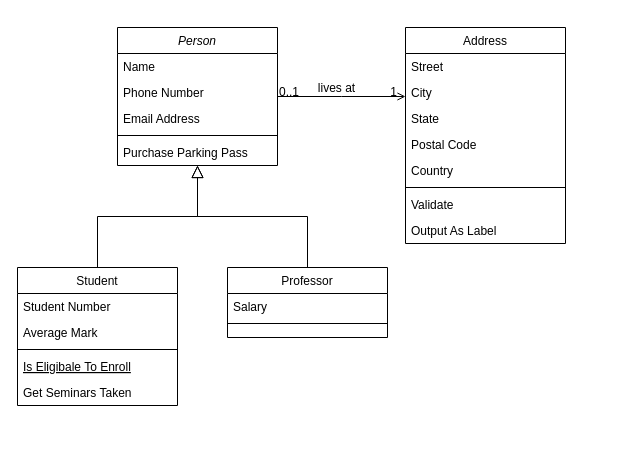
Before: Untitled Diagram.drawio in Acelhaka/Clueless-game, a draw.io diagram. Source tidied: cells renumbered, new cells numbered last; positions are measured from the earlier drawing's top-left corner, leaving out a move shared by most shapes. Both pictures are drawn from the tidied source at 100%, with x=0, y=0 at pixel (17, 27).
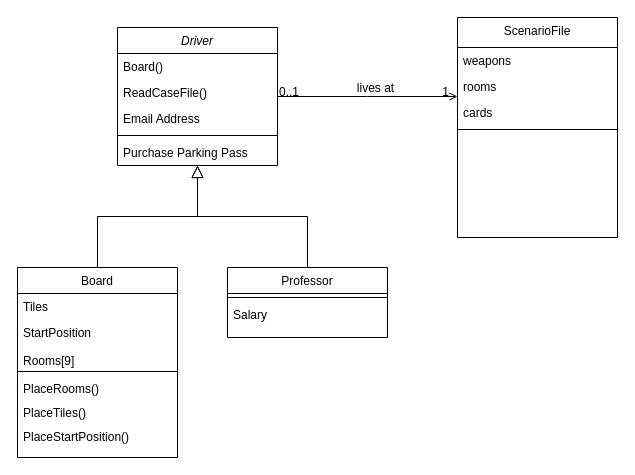
The same diagram, later.

The change refers to these unchanged cells:
```xml
<mxCell id="15" value="Professor" style="swimlane;fontStyle=0;align=center;verticalAlign=top;horizontal=1;startSize=26;rounded=0;shadow=0;strokeWidth=1;" parent="1" vertex="1">
  <mxGeometry x="210" y="240" width="160" height="70" as="geometry" />
</mxCell>
```

What changed in the source:
```diff
@@
-    <mxCell id="2" value="Person" style="swimlane;fontStyle=2;align=center;verticalAlign=top;horizontal=1;startSize=26;rounded=0;shadow=0;strokeWidth=1;" parent="1" vertex="1">
+    <mxCell id="2" value="Driver" style="swimlane;fontStyle=2;align=center;verticalAlign=top;horizontal=1;startSize=26;rounded=0;shadow=0;strokeWidth=1;" parent="1" vertex="1">
       <mxGeometry x="100" width="160" height="138" as="geometry" />
     </mxCell>
-    <mxCell id="3" value="Name" style="text;align=left;verticalAlign=top;spacingLeft=4;spacingRight=4;overflow=hidden;" parent="2" vertex="1">
+    <mxCell id="3" value="Board()" style="text;align=left;verticalAlign=top;spacingLeft=4;spacingRight=4;overflow=hidden;" parent="2" vertex="1">
       <mxGeometry y="26" width="160" height="26" as="geometry" />
     </mxCell>
-    <mxCell id="4" value="Phone Number" style="text;align=left;verticalAlign=top;spacingLeft=4;spacingRight=4;overflow=hidden;rounded=0;shadow=0;html=0;" parent="2" vertex="1">
+    <mxCell id="4" value="ReadCaseFile()" style="text;align=left;verticalAlign=top;spacingLeft=4;spacingRight=4;overflow=hidden;rounded=0;shadow=0;html=0;" parent="2" vertex="1">
       <mxGeometry y="52" width="160" height="26" as="geometry" />
     </mxCell>
@@
-    <mxCell id="8" value="Student" style="swimlane;fontStyle=0;align=center;verticalAlign=top;horizontal=1;startSize=26;rounded=0;shadow=0;strokeWidth=1;" parent="1" vertex="1">
-      <mxGeometry y="240" width="160" height="138" as="geometry" />
+    <mxCell id="8" value="Board" style="swimlane;fontStyle=0;align=center;verticalAlign=top;horizontal=1;startSize=26;rounded=0;shadow=0;strokeWidth=1;swimlaneFillColor=none;" parent="1" vertex="1">
+      <mxGeometry y="240" width="160" height="190" as="geometry" />
     </mxCell>
-    <mxCell id="9" value="Student Number" style="text;align=left;verticalAlign=top;spacingLeft=4;spacingRight=4;overflow=hidden;" parent="8" vertex="1">
+    <mxCell id="9" value="Tiles" style="text;align=left;verticalAlign=top;spacingLeft=4;spacingRight=4;overflow=hidden;" parent="8" vertex="1">
       <mxGeometry y="26" width="160" height="26" as="geometry" />
     </mxCell>
-    <mxCell id="10" value="Average Mark" style="text;align=left;verticalAlign=top;spacingLeft=4;spacingRight=4;overflow=hidden;rounded=0;shadow=0;html=0;" parent="8" vertex="1">
-      <mxGeometry y="52" width="160" height="26" as="geometry" />
-    </mxCell>
+    <mxCell id="32" value="StartPosition&#10;" style="text;align=left;verticalAlign=top;spacingLeft=4;spacingRight=4;overflow=hidden;rounded=0;shadow=0;html=0;" parent="8" vertex="1">
+      <mxGeometry y="52" width="160" height="28" as="geometry" />
+    </mxCell>
+    <mxCell id="33" value="Rooms[9]" style="text;align=left;verticalAlign=top;spacingLeft=4;spacingRight=4;overflow=hidden;rounded=0;shadow=0;html=0;" parent="8" vertex="1">
+      <mxGeometry y="80" width="160" height="20" as="geometry" />
+    </mxCell>
     <mxCell id="11" style="line;html=1;strokeWidth=1;align=left;verticalAlign=middle;spacingTop=-1;spacingLeft=3;spacingRight=3;labelPosition=right;" parent="8" vertex="1">
-      <mxGeometry y="78" width="160" height="8" as="geometry" />
+      <mxGeometry y="100" width="160" height="8" as="geometry" />
     </mxCell>
-    <mxCell id="12" value="Is Eligibale To Enroll" style="text;align=left;verticalAlign=top;spacingLeft=4;spacingRight=4;overflow=hidden;fontStyle=4;" parent="8" vertex="1">
-      <mxGeometry y="86" width="160" height="26" as="geometry" />
-    </mxCell>
-    <mxCell id="13" value="Get Seminars Taken" style="text;align=left;verticalAlign=top;spacingLeft=4;spacingRight=4;overflow=hidden;" parent="8" vertex="1">
-      <mxGeometry y="112" width="160" height="26" as="geometry" />
+    <mxCell id="13" value="PlaceRooms()&#10;" style="text;align=left;verticalAlign=top;spacingLeft=4;spacingRight=4;overflow=hidden;" parent="8" vertex="1">
+      <mxGeometry y="108" width="160" height="24" as="geometry" />
     </mxCell>
+    <mxCell id="34" value="PlaceTiles()" style="text;align=left;verticalAlign=top;spacingLeft=4;spacingRight=4;overflow=hidden;" parent="8" vertex="1">
+      <mxGeometry y="132" width="160" height="24" as="geometry" />
+    </mxCell>
+    <mxCell id="35" value="PlaceStartPosition()" style="text;align=left;verticalAlign=top;spacingLeft=4;spacingRight=4;overflow=hidden;" parent="8" vertex="1">
+      <mxGeometry y="156" width="160" height="24" as="geometry" />
+    </mxCell>
@@
+    <mxCell id="17" style="line;html=1;strokeWidth=1;align=left;verticalAlign=middle;spacingTop=-1;spacingLeft=3;spacingRight=3;labelPosition=right;" parent="15" vertex="1">
+      <mxGeometry y="26" width="160" height="8" as="geometry" />
+    </mxCell>
     <mxCell id="16" value="Salary" style="text;align=left;verticalAlign=top;spacingLeft=4;spacingRight=4;overflow=hidden;" parent="15" vertex="1">
-      <mxGeometry y="26" width="160" height="26" as="geometry" />
+      <mxGeometry y="34" width="160" height="26" as="geometry" />
     </mxCell>
-    <mxCell id="17" style="line;html=1;strokeWidth=1;align=left;verticalAlign=middle;spacingTop=-1;spacingLeft=3;spacingRight=3;labelPosition=right;" parent="15" vertex="1">
-      <mxGeometry y="52" width="160" height="8" as="geometry" />
-    </mxCell>
@@
-    <mxCell id="19" value="Address" style="swimlane;fontStyle=0;align=center;verticalAlign=top;horizontal=1;startSize=26;rounded=0;shadow=0;strokeWidth=1;" parent="1" vertex="1">
-      <mxGeometry x="388" width="160" height="216" as="geometry" />
+    <mxCell id="19" value="ScenarioFile" style="swimlane;fontStyle=0;align=center;verticalAlign=top;horizontal=1;startSize=30;rounded=0;shadow=0;strokeWidth=1;" parent="1" vertex="1">
+      <mxGeometry x="440" y="-10" width="160" height="220" as="geometry" />
     </mxCell>
-    <mxCell id="20" value="Street" style="text;align=left;verticalAlign=top;spacingLeft=4;spacingRight=4;overflow=hidden;" parent="19" vertex="1">
-      <mxGeometry y="26" width="160" height="26" as="geometry" />
-    </mxCell>
-    <mxCell id="21" value="City" style="text;align=left;verticalAlign=top;spacingLeft=4;spacingRight=4;overflow=hidden;rounded=0;shadow=0;html=0;" parent="19" vertex="1">
-      <mxGeometry y="52" width="160" height="26" as="geometry" />
+    <mxCell id="21" value="weapons" style="text;align=left;verticalAlign=top;spacingLeft=4;spacingRight=4;overflow=hidden;rounded=0;shadow=0;html=0;" parent="19" vertex="1">
+      <mxGeometry y="30" width="160" height="26" as="geometry" />
     </mxCell>
-    <mxCell id="22" value="State" style="text;align=left;verticalAlign=top;spacingLeft=4;spacingRight=4;overflow=hidden;rounded=0;shadow=0;html=0;" parent="19" vertex="1">
-      <mxGeometry y="78" width="160" height="26" as="geometry" />
+    <mxCell id="22" value="rooms" style="text;align=left;verticalAlign=top;spacingLeft=4;spacingRight=4;overflow=hidden;rounded=0;shadow=0;html=0;" parent="19" vertex="1">
+      <mxGeometry y="56" width="160" height="26" as="geometry" />
     </mxCell>
-    <mxCell id="23" value="Postal Code" style="text;align=left;verticalAlign=top;spacingLeft=4;spacingRight=4;overflow=hidden;rounded=0;shadow=0;html=0;" parent="19" vertex="1">
-      <mxGeometry y="104" width="160" height="26" as="geometry" />
-    </mxCell>
-    <mxCell id="24" value="Country" style="text;align=left;verticalAlign=top;spacingLeft=4;spacingRight=4;overflow=hidden;rounded=0;shadow=0;html=0;" parent="19" vertex="1">
-      <mxGeometry y="130" width="160" height="26" as="geometry" />
+    <mxCell id="24" value="cards" style="text;align=left;verticalAlign=top;spacingLeft=4;spacingRight=4;overflow=hidden;rounded=0;shadow=0;html=0;" parent="19" vertex="1">
+      <mxGeometry y="82" width="160" height="26" as="geometry" />
     </mxCell>
     <mxCell id="25" style="line;html=1;strokeWidth=1;align=left;verticalAlign=middle;spacingTop=-1;spacingLeft=3;spacingRight=3;labelPosition=right;" parent="19" vertex="1">
-      <mxGeometry y="156" width="160" height="8" as="geometry" />
+      <mxGeometry y="108" width="160" height="8" as="geometry" />
     </mxCell>
-    <mxCell id="26" value="Validate" style="text;align=left;verticalAlign=top;spacingLeft=4;spacingRight=4;overflow=hidden;" parent="19" vertex="1">
-      <mxGeometry y="164" width="160" height="26" as="geometry" />
-    </mxCell>
-    <mxCell id="27" value="Output As Label" style="text;align=left;verticalAlign=top;spacingLeft=4;spacingRight=4;overflow=hidden;" parent="19" vertex="1">
-      <mxGeometry y="190" width="160" height="26" as="geometry" />
-    </mxCell>
```
